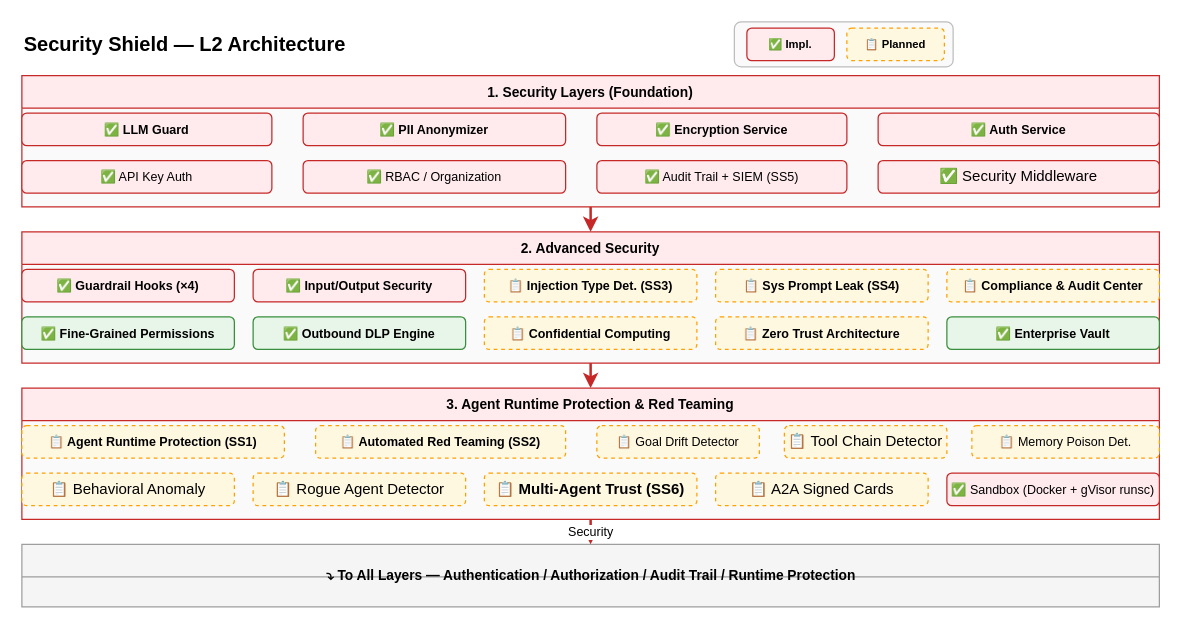
This is docs/design/hardware/security-l2.drawio from xueyufish/hecate, a draw.io file, before an edit. Source tidied: cells renumbered, new cells numbered last; positions are measured from the earlier drawing's top-left corner, leaving out a move shared by most shapes. Both pictures are drawn from the tidied source at 125%, with x=0, y=0 at pixel (21, 21).
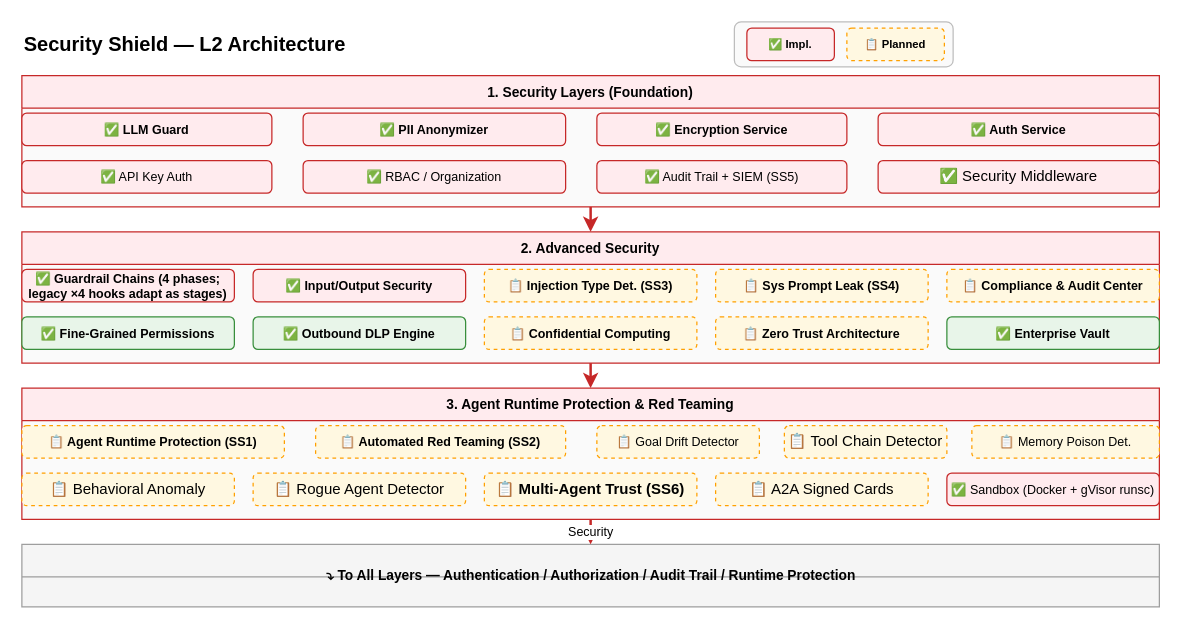
The same diagram, later.

The change refers to these unchanged cells:
```xml
<mxCell id="15" value="2. Advanced Security" style="swimlane;startSize=26;fillColor=#FFEBEE;strokeColor=#C62828;fontSize=11;fontStyle=1;swimlaneFillColor=#FAFAFA;" parent="1" vertex="1">
  <mxGeometry y="168" width="910" height="105" as="geometry" />
</mxCell>
```

Change to the diagram source:
```diff
@@
-    <mxCell id="16" value="✅ Guardrail Hooks (×4)" style="rounded=1;whiteSpace=wrap;html=1;fillColor=#FFEBEE;strokeColor=#C62828;fontSize=10;fontStyle=1;" parent="15" vertex="1">
+    <mxCell id="16" value="✅ Guardrail Chains (4 phases; legacy ×4 hooks adapt as stages)" style="rounded=1;whiteSpace=wrap;html=1;fillColor=#FFEBEE;strokeColor=#C62828;fontSize=10;fontStyle=1;" parent="15" vertex="1">
       <mxGeometry y="30" width="170" height="26" as="geometry" />
     </mxCell>
```
